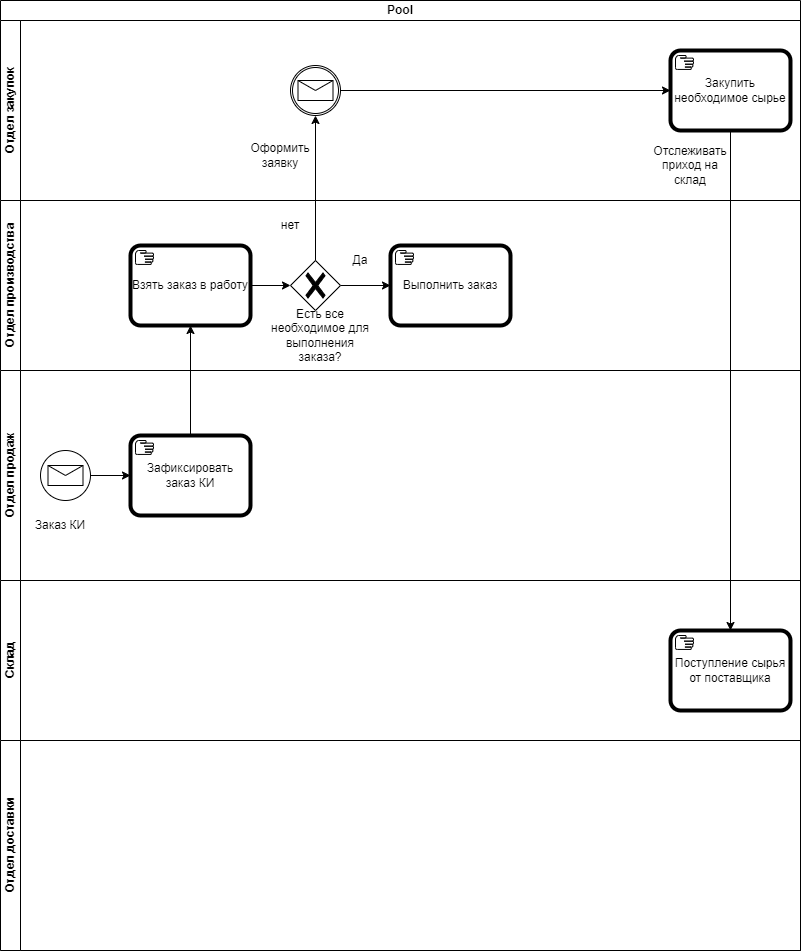
SofiyaBrodnikova/-educational keeps this draw.io diagram as BPMN.drawio.png. Above is the earlier version. Source tidied: cells renumbered, new cells last; positions are measured from the earlier drawing's top-left corner, leaving out a move shared by most shapes.
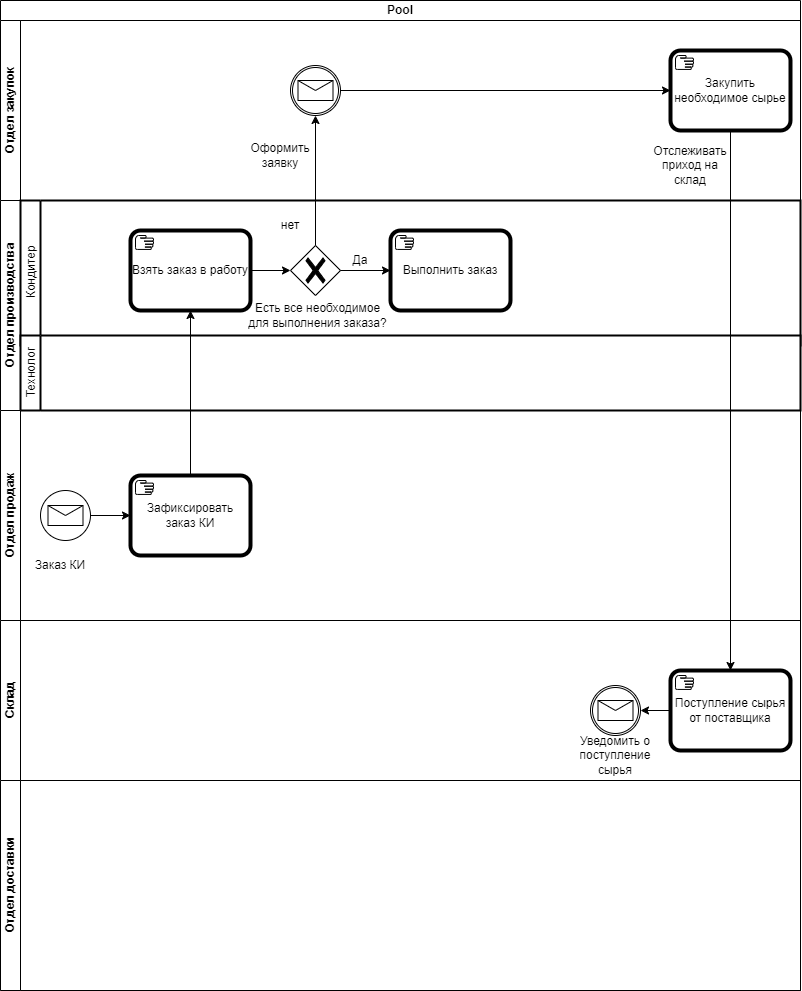
After the commit.

What changed in the source:
```diff
@@ -3,7 +3,7 @@
     <mxCell id="0" />
     <mxCell id="1" parent="0" />
     <mxCell id="2" value="Pool" style="swimlane;html=1;horizontal=1;startSize=20;whiteSpace=wrap;" parent="1" vertex="1">
-      <mxGeometry width="800" height="950" as="geometry" />
+      <mxGeometry width="800" height="990" as="geometry" />
     </mxCell>
     <mxCell id="3" value="Отдел закупок" style="swimlane;html=1;startSize=20;horizontal=0;" parent="2" vertex="1">
       <mxGeometry y="20" width="800" height="180" as="geometry" />
@@ -24,34 +24,40 @@
       <mxGeometry relative="1" as="geometry" />
     </mxCell>
     <mxCell id="9" value="Отдел производства" style="swimlane;html=1;startSize=20;horizontal=0;" parent="2" vertex="1">
-      <mxGeometry y="200" width="800" height="170" as="geometry" />
+      <mxGeometry y="200" width="800" height="210" as="geometry" />
     </mxCell>
+    <mxCell id="29" value="Кондитер" style="swimlane;html=1;startSize=20;fontStyle=0;horizontal=0;swimlaneLine=1;swimlaneFillColor=#ffffff;strokeWidth=2;whiteSpace=wrap;" parent="9" vertex="1">
+      <mxGeometry x="20" width="780" height="145" as="geometry" />
+    </mxCell>
-    <mxCell id="10" value="Взять заказ в работу" style="points=[[0.25,0,0],[0.5,0,0],[0.75,0,0],[1,0.25,0],[1,0.5,0],[1,0.75,0],[0.75,1,0],[0.5,1,0],[0.25,1,0],[0,0.75,0],[0,0.5,0],[0,0.25,0]];shape=mxgraph.bpmn.task2;whiteSpace=wrap;rectStyle=rounded;size=10;html=1;bpmnShapeType=call;taskMarker=manual;" parent="9" vertex="1">
-      <mxGeometry x="130" y="45" width="120" height="80" as="geometry" />
+    <mxCell id="10" value="Взять заказ в работу" style="points=[[0.25,0,0],[0.5,0,0],[0.75,0,0],[1,0.25,0],[1,0.5,0],[1,0.75,0],[0.75,1,0],[0.5,1,0],[0.25,1,0],[0,0.75,0],[0,0.5,0],[0,0.25,0]];shape=mxgraph.bpmn.task2;whiteSpace=wrap;rectStyle=rounded;size=10;html=1;bpmnShapeType=call;taskMarker=manual;" parent="29" vertex="1">
+      <mxGeometry x="110" y="30" width="120" height="80" as="geometry" />
     </mxCell>
+    <mxCell id="12" style="points=[[0.25,0.25,0],[0.5,0,0],[0.75,0.25,0],[1,0.5,0],[0.75,0.75,0],[0.5,1,0],[0.25,0.75,0],[0,0.5,0]];shape=mxgraph.bpmn.gateway2;html=1;verticalLabelPosition=bottom;labelBackgroundColor=#ffffff;verticalAlign=top;align=center;perimeter=rhombusPerimeter;outlineConnect=0;outline=none;symbol=none;gwType=exclusive;" parent="29" vertex="1">
+      <mxGeometry x="270" y="45" width="50" height="50" as="geometry" />
+    </mxCell>
+    <mxCell id="14" style="edgeStyle=orthogonalEdgeStyle;rounded=0;jettySize=auto;html=1;exitX=1;exitY=0.5;exitDx=0;exitDy=0;exitPerimeter=0;entryX=0;entryY=0.5;entryDx=0;entryDy=0;entryPerimeter=0;" parent="29" edge="1" source="10" target="12">
+      <mxGeometry relative="1" as="geometry" />
+    </mxCell>
+    <mxCell id="16" value="Выполнить заказ" style="points=[[0.25,0,0],[0.5,0,0],[0.75,0,0],[1,0.25,0],[1,0.5,0],[1,0.75,0],[0.75,1,0],[0.5,1,0],[0.25,1,0],[0,0.75,0],[0,0.5,0],[0,0.25,0]];shape=mxgraph.bpmn.task2;whiteSpace=wrap;rectStyle=rounded;size=10;html=1;bpmnShapeType=call;taskMarker=manual;" parent="29" vertex="1">
+      <mxGeometry x="370" y="30" width="120" height="80" as="geometry" />
+    </mxCell>
-    <mxCell id="11" style="edgeStyle=orthogonalEdgeStyle;rounded=0;jettySize=auto;html=1;exitX=1;exitY=0.5;exitDx=0;exitDy=0;exitPerimeter=0;" parent="9" edge="1" source="12" target="16">
+    <mxCell id="11" style="edgeStyle=orthogonalEdgeStyle;rounded=0;jettySize=auto;html=1;exitX=1;exitY=0.5;exitDx=0;exitDy=0;exitPerimeter=0;" parent="29" edge="1" source="12" target="16">
       <mxGeometry relative="1" as="geometry" />
     </mxCell>
-    <mxCell id="12" style="points=[[0.25,0.25,0],[0.5,0,0],[0.75,0.25,0],[1,0.5,0],[0.75,0.75,0],[0.5,1,0],[0.25,0.75,0],[0,0.5,0]];shape=mxgraph.bpmn.gateway2;html=1;verticalLabelPosition=bottom;labelBackgroundColor=#ffffff;verticalAlign=top;align=center;perimeter=rhombusPerimeter;outlineConnect=0;outline=none;symbol=none;gwType=exclusive;" parent="9" vertex="1">
-      <mxGeometry x="290" y="60" width="50" height="50" as="geometry" />
-    </mxCell>
-    <mxCell id="13" value="Есть все необходимое для выполнения заказа?" style="text;strokeColor=none;align=center;fillColor=none;html=1;verticalAlign=middle;whiteSpace=wrap;rounded=0;" parent="9" vertex="1">
-      <mxGeometry x="270" y="110" width="100" height="50" as="geometry" />
+    <mxCell id="13" value="Есть все необходимое для выполнения заказа?" style="text;strokeColor=none;align=center;fillColor=none;html=1;verticalAlign=middle;whiteSpace=wrap;rounded=0;" parent="29" vertex="1">
+      <mxGeometry x="225" y="90" width="145" height="50" as="geometry" />
     </mxCell>
-    <mxCell id="14" style="edgeStyle=orthogonalEdgeStyle;rounded=0;jettySize=auto;html=1;exitX=1;exitY=0.5;exitDx=0;exitDy=0;exitPerimeter=0;entryX=0;entryY=0.5;entryDx=0;entryDy=0;entryPerimeter=0;" parent="9" edge="1" source="10" target="12">
-      <mxGeometry relative="1" as="geometry" />
-    </mxCell>
+    <mxCell id="30" value="Технолог" style="swimlane;html=1;startSize=20;fontStyle=0;horizontal=0;swimlaneLine=1;swimlaneFillColor=#ffffff;strokeWidth=2;whiteSpace=wrap;" parent="9" vertex="1">
+      <mxGeometry x="20" y="135" width="780" height="75" as="geometry" />
+    </mxCell>
     <mxCell id="15" value="нет" style="text;strokeColor=none;align=center;fillColor=none;html=1;verticalAlign=middle;whiteSpace=wrap;rounded=0;" parent="9" vertex="1">
       <mxGeometry x="260" y="10" width="60" height="30" as="geometry" />
     </mxCell>
-    <mxCell id="16" value="Выполнить заказ" style="points=[[0.25,0,0],[0.5,0,0],[0.75,0,0],[1,0.25,0],[1,0.5,0],[1,0.75,0],[0.75,1,0],[0.5,1,0],[0.25,1,0],[0,0.75,0],[0,0.5,0],[0,0.25,0]];shape=mxgraph.bpmn.task2;whiteSpace=wrap;rectStyle=rounded;size=10;html=1;bpmnShapeType=call;taskMarker=manual;" parent="9" vertex="1">
-      <mxGeometry x="390" y="45" width="120" height="80" as="geometry" />
-    </mxCell>
     <mxCell id="17" value="Да" style="text;strokeColor=none;align=center;fillColor=none;html=1;verticalAlign=middle;whiteSpace=wrap;rounded=0;" parent="9" vertex="1">
       <mxGeometry x="330" y="45" width="60" height="30" as="geometry" />
     </mxCell>
     <mxCell id="18" value="Отдел продаж" style="swimlane;html=1;startSize=20;horizontal=0;" parent="2" vertex="1">
-      <mxGeometry y="370" width="800" height="210" as="geometry" />
+      <mxGeometry y="410" width="800" height="210" as="geometry" />
     </mxCell>
     <mxCell id="19" value="Зафиксировать заказ КИ" style="points=[[0.25,0,0],[0.5,0,0],[0.75,0,0],[1,0.25,0],[1,0.5,0],[1,0.75,0],[0.75,1,0],[0.5,1,0],[0.25,1,0],[0,0.75,0],[0,0.5,0],[0,0.25,0]];shape=mxgraph.bpmn.task2;whiteSpace=wrap;rectStyle=rounded;size=10;html=1;bpmnShapeType=call;taskMarker=manual;" parent="18" vertex="1">
       <mxGeometry x="130" y="65" width="120" height="80" as="geometry" />
@@ -66,13 +72,22 @@
       <mxGeometry x="30" y="140" width="60" height="30" as="geometry" />
     </mxCell>
     <mxCell id="23" value="Склад" style="swimlane;html=1;startSize=20;horizontal=0;" parent="2" vertex="1">
-      <mxGeometry y="580" width="800" height="160" as="geometry" />
+      <mxGeometry y="620" width="800" height="160" as="geometry" />
     </mxCell>
     <mxCell id="24" value="Поступление сырья от поставщика" style="points=[[0.25,0,0],[0.5,0,0],[0.75,0,0],[1,0.25,0],[1,0.5,0],[1,0.75,0],[0.75,1,0],[0.5,1,0],[0.25,1,0],[0,0.75,0],[0,0.5,0],[0,0.25,0]];shape=mxgraph.bpmn.task2;whiteSpace=wrap;rectStyle=rounded;size=10;html=1;bpmnShapeType=call;taskMarker=manual;" parent="23" vertex="1">
       <mxGeometry x="670" y="50" width="120" height="80" as="geometry" />
     </mxCell>
+    <mxCell id="31" style="points=[[0.145,0.145,0],[0.5,0,0],[0.855,0.145,0],[1,0.5,0],[0.855,0.855,0],[0.5,1,0],[0.145,0.855,0],[0,0.5,0]];shape=mxgraph.bpmn.event;html=1;verticalLabelPosition=bottom;labelBackgroundColor=#ffffff;verticalAlign=top;align=center;perimeter=ellipsePerimeter;outlineConnect=0;outline=catching;symbol=message;" parent="23" vertex="1">
+      <mxGeometry x="590" y="65" width="50" height="50" as="geometry" />
+    </mxCell>
+    <mxCell id="32" style="edgeStyle=orthogonalEdgeStyle;rounded=0;jettySize=auto;html=1;exitX=0;exitY=0.5;exitDx=0;exitDy=0;exitPerimeter=0;entryX=1;entryY=0.5;entryDx=0;entryDy=0;entryPerimeter=0;" parent="23" edge="1" source="24" target="31">
+      <mxGeometry relative="1" as="geometry" />
+    </mxCell>
+    <mxCell id="33" value="Уведомить о поступление сырья" style="text;strokeColor=none;align=center;fillColor=none;html=1;verticalAlign=middle;whiteSpace=wrap;rounded=0;" parent="23" vertex="1">
+      <mxGeometry x="580" y="120" width="70" height="30" as="geometry" />
+    </mxCell>
     <mxCell id="25" value="Отдел доставки" style="swimlane;html=1;startSize=20;horizontal=0;" parent="2" vertex="1">
-      <mxGeometry y="740" width="800" height="210" as="geometry" />
+      <mxGeometry y="780" width="800" height="210" as="geometry" />
     </mxCell>
     <mxCell id="26" style="edgeStyle=orthogonalEdgeStyle;rounded=0;jettySize=auto;html=1;exitX=0.5;exitY=0;exitDx=0;exitDy=0;exitPerimeter=0;entryX=0.5;entryY=1;entryDx=0;entryDy=0;entryPerimeter=0;" parent="2" edge="1" source="19" target="10">
       <mxGeometry relative="1" as="geometry" />
```
